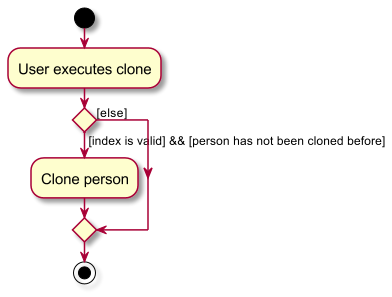
Earlier version of the PlantUML export docs/images/CloneActivityDiagram.png (syamfarh/tp). Its source is kept beside it as docs/diagrams/CloneActivityDiagram.puml. Source of this version:
```plantuml
@startuml
skin rose
skinparam ActivityFontSize 15
skinparam ArrowFontSize 12
start
:User executes clone;


if () then ([index is valid] && [person has not been cloned before])
    :Clone person;
else ([else])
endif
stop
@enduml
```
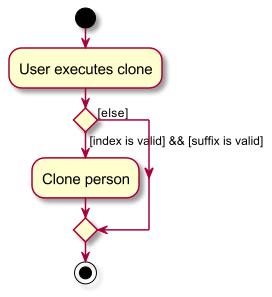
Later version of the same file.

Commit message:
Update clone details

Change to the diagram source:
```diff
@@ -6,7 +6,7 @@
 :User executes clone;
 
 
-if () then ([index is valid] && [person has not been cloned before])
+if () then ([index is valid] && [suffix is valid])
     :Clone person;
 else ([else])
 endif
```
